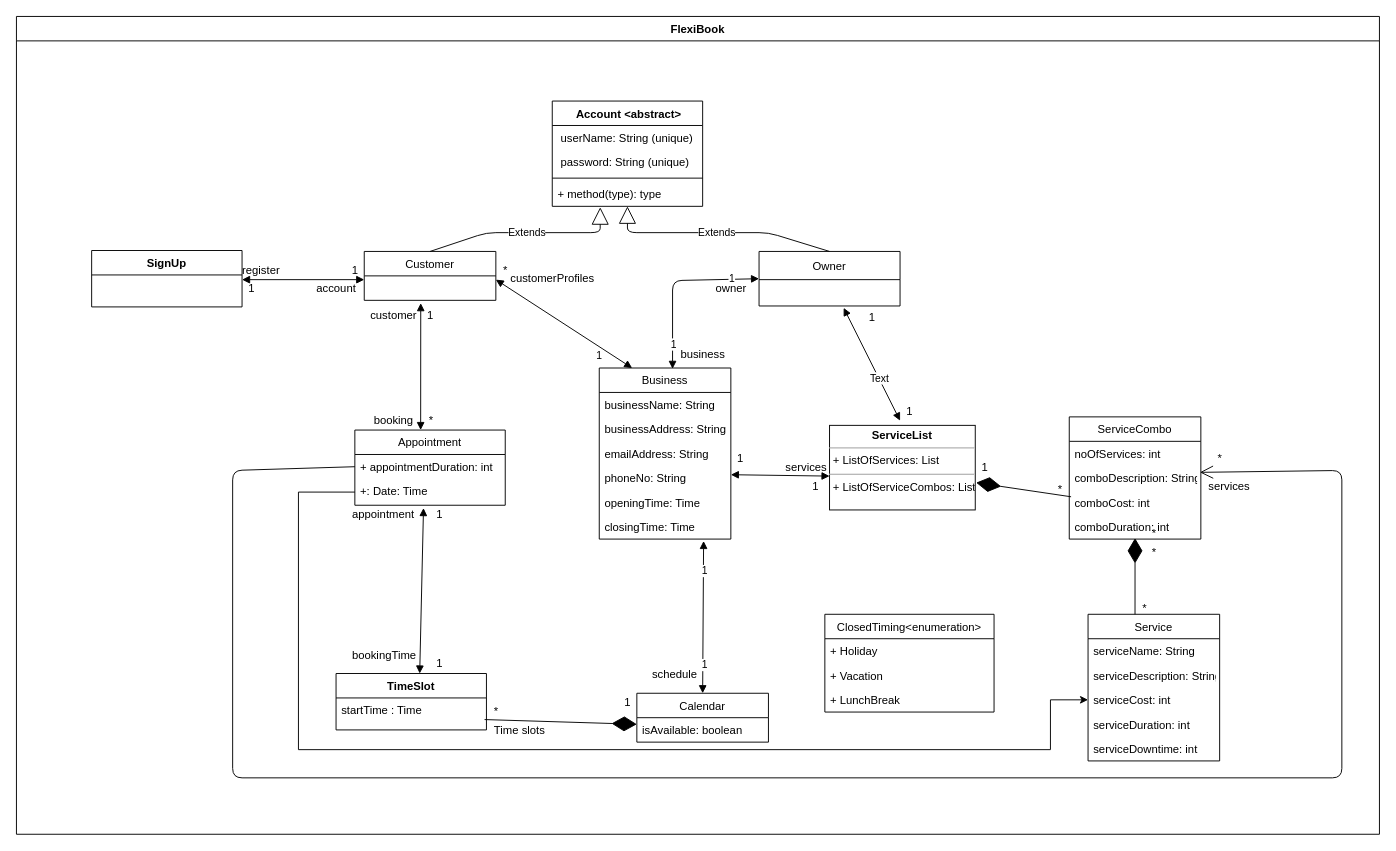
This is FlexiBook.drawio from chivatam/FlexiBook, a draw.io file, before an edit. Source tidied: cells renumbered, new cells numbered last; positions are measured from the earlier drawing's top-left corner, leaving out a move shared by most shapes. Both pictures are drawn from the tidied source at 94%, with x=0, y=0 at pixel (16, 16).
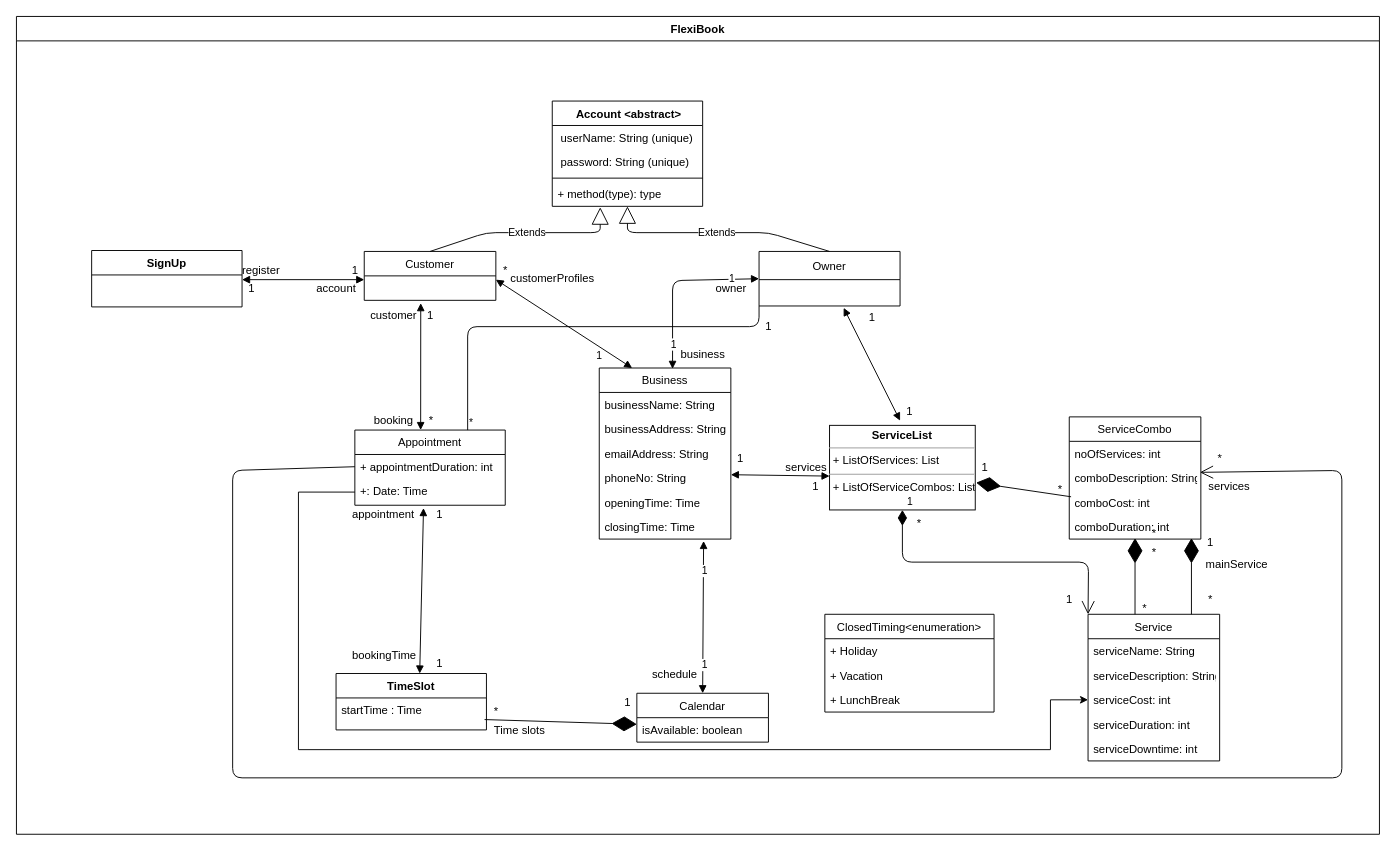
The same diagram, later.

Unchanged cells that the change refers to:
```xml
<mxCell id="38" value="&lt;p style=&quot;margin: 0px ; margin-top: 4px ; text-align: center&quot;&gt;&lt;b&gt;ServiceList&lt;/b&gt;&lt;/p&gt;&lt;hr size=&quot;1&quot;&gt;&lt;p style=&quot;margin: 0px ; margin-left: 4px&quot;&gt;+ ListOfServices: List&lt;/p&gt;&lt;hr size=&quot;1&quot;&gt;&lt;p style=&quot;margin: 0px ; margin-left: 4px&quot;&gt;+ ListOfServiceCombos: List&lt;/p&gt;" style="verticalAlign=top;align=left;overflow=fill;fontSize=12;fontFamily=Helvetica;html=1;" parent="1" vertex="1">
  <mxGeometry x="865" y="435" width="155" height="90" as="geometry" />
</mxCell>
<mxCell id="44" value="Owner" style="swimlane;fontStyle=0;horizontal=1;startSize=30;fillColor=none;" parent="1" vertex="1">
  <mxGeometry x="790" y="250" width="150" height="58" as="geometry" />
</mxCell>
<mxCell id="53" value="Appointment" style="swimlane;fontStyle=0;horizontal=1;startSize=26;fillColor=none;" parent="1" vertex="1">
  <mxGeometry x="360" y="440" width="160" height="80" as="geometry" />
</mxCell>
<mxCell id="88" value="FlexiBook" style="swimlane;fontStyle=1;align=center;verticalAlign=top;horizontal=1;startSize=26;" parent="1" vertex="1">
  <mxGeometry width="1450" height="870" as="geometry" />
</mxCell>
<mxCell id="89" style="endArrow=block;startArrow=block;endFill=1;startFill=1;html=1;" parent="1" edge="1">
  <mxGeometry relative="1" as="geometry">
    <mxPoint x="880" y="310" as="sourcePoint" />
    <mxPoint x="940" y="430" as="targetPoint" />
  </mxGeometry>
</mxCell>
```

Diff of the diagram source:
```diff
@@
+    <mxCell id="94" style="endArrow=diamondThin;endFill=1;endSize=24;html=1;entryX=0.5;entryY=0.962;entryDx=0;entryDy=0;entryPerimeter=0;exitX=0.357;exitY=0;exitDx=0;exitDy=0;exitPerimeter=0;" parent="88" edge="1">
+      <mxGeometry relative="1" as="geometry">
+        <mxPoint x="1250" y="636" as="sourcePoint" />
+        <mxPoint x="1250" y="555" as="targetPoint" />
+      </mxGeometry>
+    </mxCell>
+    <mxCell id="95" value="1" style="endArrow=open;html=1;endSize=12;startArrow=diamondThin;startSize=14;startFill=1;edgeStyle=orthogonalEdgeStyle;align=left;verticalAlign=bottom;exitX=0.5;exitY=1;exitDx=0;exitDy=0;" parent="88" edge="1" source="38">
+      <mxGeometry x="-1" y="3" relative="1" as="geometry">
+        <mxPoint x="1140" y="636" as="targetPoint" />
+      </mxGeometry>
+    </mxCell>
@@
-    <mxCell id="90" value="Text" style="edgeLabel;html=1;align=center;verticalAlign=middle;" parent="89" vertex="1">
-      <mxGeometry x="0.23" relative="1" as="geometry" />
-    </mxCell>
@@
+    <mxCell id="96" value="mainService" style="text;html=1;align=center;verticalAlign=middle;" parent="1" vertex="1">
+      <mxGeometry x="1258" y="573" width="80" height="20" as="geometry" />
+    </mxCell>
+    <mxCell id="97" value="1" style="text;html=1;align=center;verticalAlign=middle;" parent="1" vertex="1">
+      <mxGeometry x="1260" y="550" width="20" height="20" as="geometry" />
+    </mxCell>
+    <mxCell id="98" value="*" style="text;html=1;align=center;verticalAlign=middle;" parent="1" vertex="1">
+      <mxGeometry x="1260" y="610" width="20" height="20" as="geometry" />
+    </mxCell>
+    <mxCell id="99" value="*" style="text;html=1;align=center;verticalAlign=middle;" parent="1" vertex="1">
+      <mxGeometry x="950" y="530" width="20" height="20" as="geometry" />
+    </mxCell>
+    <mxCell id="100" value="1" style="text;html=1;align=center;verticalAlign=middle;" parent="1" vertex="1">
+      <mxGeometry x="1110" y="610" width="20" height="20" as="geometry" />
+    </mxCell>
+    <mxCell id="101" style="endArrow=none;html=1;edgeStyle=orthogonalEdgeStyle;entryX=0;entryY=1;entryDx=0;entryDy=0;exitX=0.75;exitY=0;exitDx=0;exitDy=0;" parent="1" edge="1" source="53" target="44">
+      <mxGeometry relative="1" as="geometry">
+        <Array as="points">
+          <mxPoint x="480" y="330" />
+          <mxPoint x="790" y="330" />
+        </Array>
+      </mxGeometry>
+    </mxCell>
+    <mxCell id="102" value="*" style="edgeLabel;html=1;align=left;verticalAlign=bottom;" parent="101" vertex="1">
+      <mxGeometry x="-1" relative="1" as="geometry" />
+    </mxCell>
+    <mxCell id="103" value="1" style="text;html=1;align=center;verticalAlign=middle;" parent="1" vertex="1">
+      <mxGeometry x="790" y="320" width="20" height="20" as="geometry" />
+    </mxCell>
```
